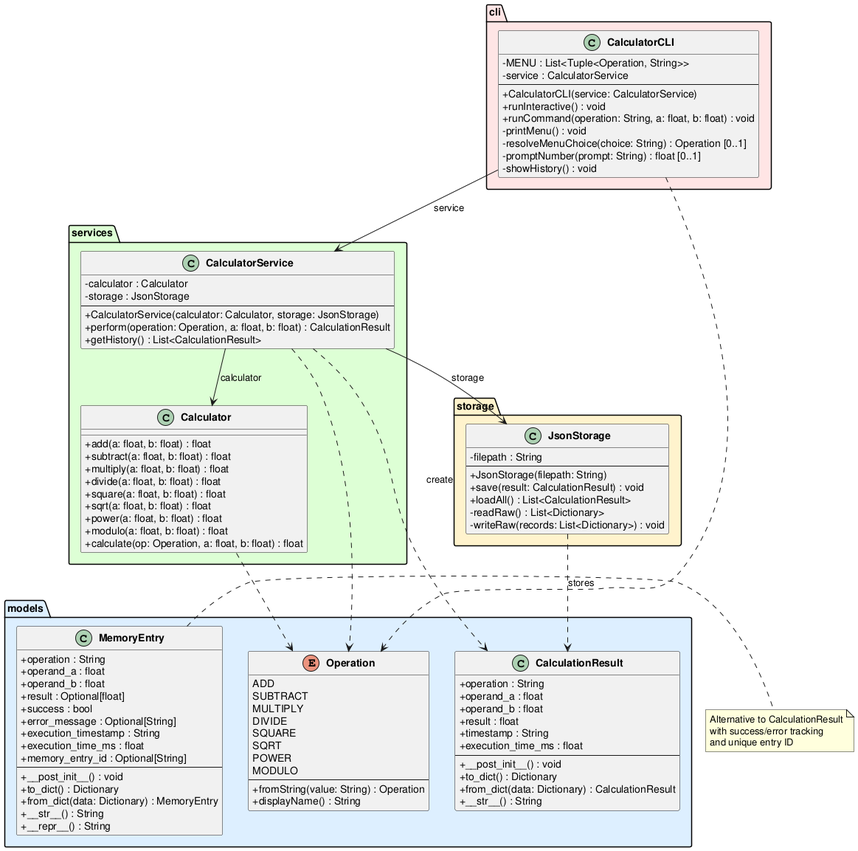
This is experiments/pipeline/structured_text/calculator/artifacts/class_diagram.png from DanielRiha8906/Software_autoevolution_using_agents, a PlantUML export, as it was before one commit.
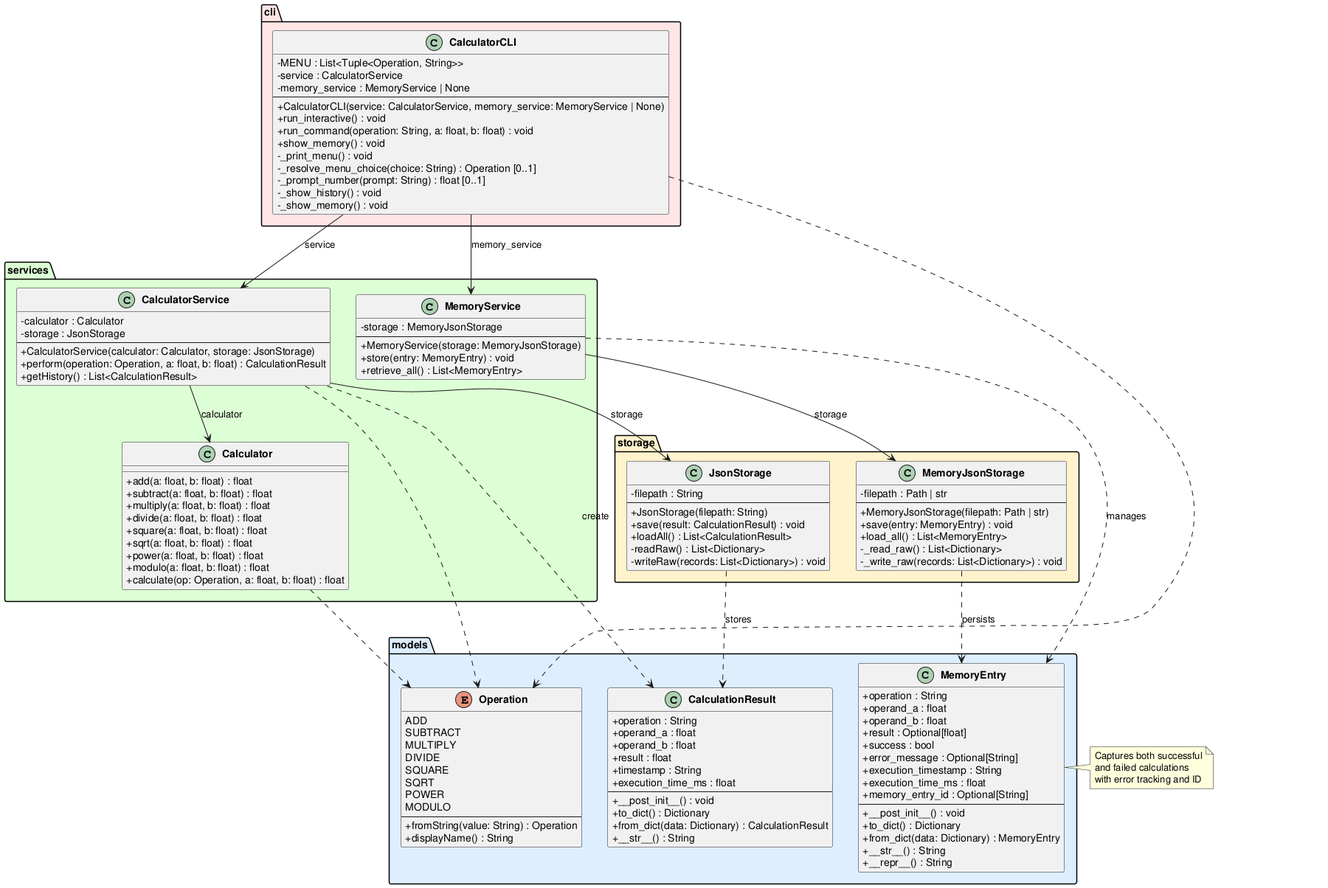
The same diagram one commit later.

Change to the diagram source:
```diff
@@ -72,6 +72,14 @@
         +perform(operation: Operation, a: float, b: float) : CalculationResult
         +getHistory() : List<CalculationResult>
     }
+
+    class MemoryService {
+        -storage : MemoryJsonStorage
+        --
+        +MemoryService(storage: MemoryJsonStorage)
+        +store(entry: MemoryEntry) : void
+        +retrieve_all() : List<MemoryEntry>
+    }
 }
 
 package "storage" #FFF3CC {
@@ -84,37 +92,54 @@
         -readRaw() : List<Dictionary>
         -writeRaw(records: List<Dictionary>) : void
     }
+
+    class MemoryJsonStorage {
+        -filepath : Path | str
+        --
+        +MemoryJsonStorage(filepath: Path | str)
+        +save(entry: MemoryEntry) : void
+        +load_all() : List<MemoryEntry>
+        -_read_raw() : List<Dictionary>
+        -_write_raw(records: List<Dictionary>) : void
+    }
 }
 
 package "cli" #FFE5E5 {
     class CalculatorCLI {
         -MENU : List<Tuple<Operation, String>>
         -service : CalculatorService
+        -memory_service : MemoryService | None
         --
-        +CalculatorCLI(service: CalculatorService)
-        +runInteractive() : void
-        +runCommand(operation: String, a: float, b: float) : void
-        -printMenu() : void
-        -resolveMenuChoice(choice: String) : Operation [0..1]
-        -promptNumber(prompt: String) : float [0..1]
-        -showHistory() : void
+        +CalculatorCLI(service: CalculatorService, memory_service: MemoryService | None)
+        +run_interactive() : void
+        +run_command(operation: String, a: float, b: float) : void
+        +show_memory() : void
+        -_print_menu() : void
+        -_resolve_menu_choice(choice: String) : Operation [0..1]
+        -_prompt_number(prompt: String) : float [0..1]
+        -_show_history() : void
+        -_show_memory() : void
     }
 }
 
 CalculatorCLI --> CalculatorService : service
+CalculatorCLI --> MemoryService : memory_service
 CalculatorService --> Calculator : calculator
 CalculatorService --> JsonStorage : storage
+MemoryService --> MemoryJsonStorage : storage
 
 CalculatorService ..> CalculationResult : create
 CalculatorService ..> Operation
 CalculatorCLI ..> Operation
 Calculator ..> Operation
 JsonStorage ..> CalculationResult : stores
+MemoryService ..> MemoryEntry : manages
+MemoryJsonStorage ..> MemoryEntry : persists
 
 note right of MemoryEntry
-  Alternative to CalculationResult
-  with success/error tracking
-  and unique entry ID
+  Captures both successful
+  and failed calculations
+  with error tracking and ID
 end note
 
 @enduml
```
